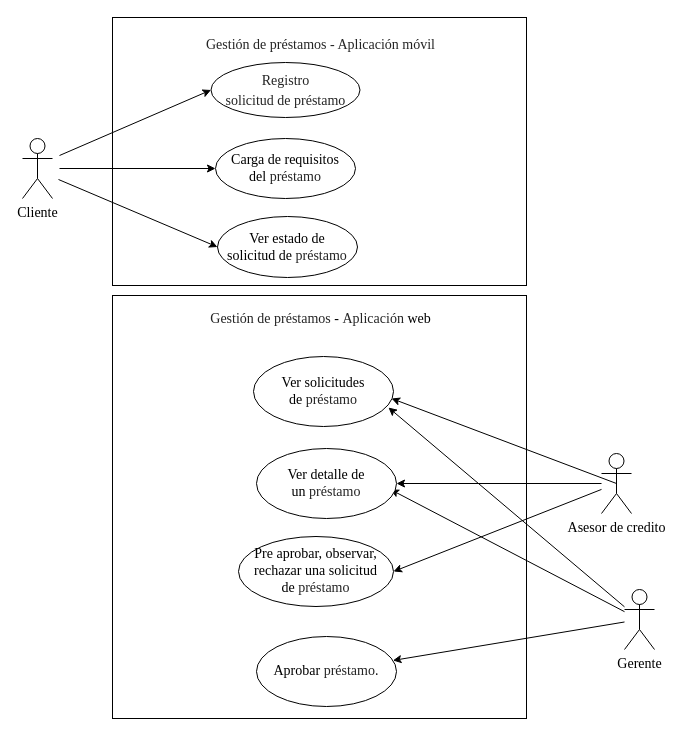
This is docs/use cases/loan-management.drawio from alexrv11/credicuotas, a draw.io file, before an edit. Source tidied: cells renumbered, new cells numbered last; positions are measured from the earlier drawing's top-left corner, leaving out a move shared by most shapes. Both pictures are drawn from the tidied source at 100%, with x=0, y=0 at pixel (22, 17).
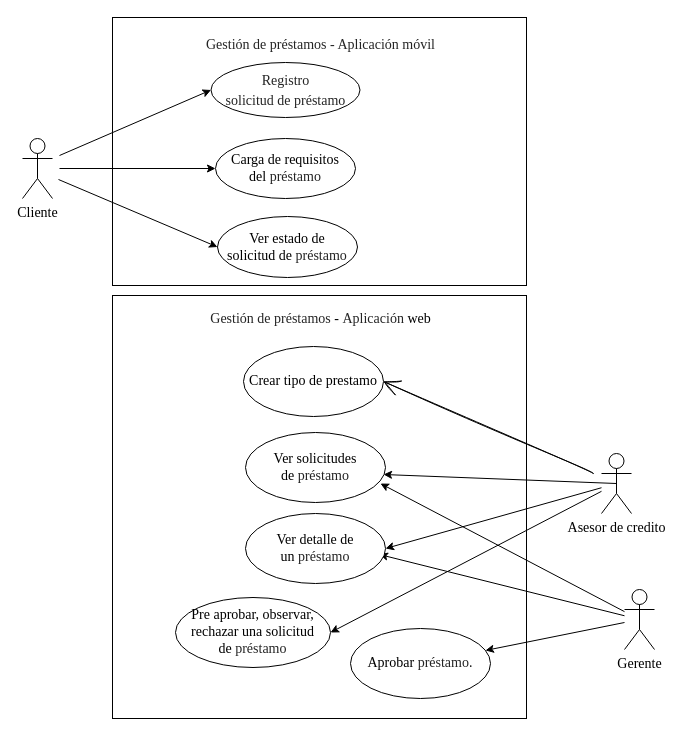
Above is the later version.

Unchanged cells that the change refers to:
```xml
<mxCell id="18" value="Asesor de credito" style="shape=umlActor;verticalLabelPosition=bottom;verticalAlign=top;html=1;fontFamily=Times New Roman;fontSize=14;" parent="1" vertex="1">
  <mxGeometry x="579" y="436" width="30" height="60" as="geometry" />
</mxCell>
```

Diff of the diagram source:
```diff
@@
+    <mxCell id="25" style="edgeStyle=none;curved=1;rounded=0;sketch=1;hachureGap=4;jettySize=auto;html=1;entryX=1;entryY=0.5;entryDx=0;entryDy=0;fontFamily=Architects Daughter;fontSize=16;endArrow=open;startSize=14;endSize=14;sourcePerimeterSpacing=8;targetPerimeterSpacing=8;" parent="1" edge="1" source="18" target="26">
+      <mxGeometry relative="1" as="geometry" />
+    </mxCell>
@@
     <mxCell id="20" value="Ver&amp;nbsp;solicitudes de&amp;nbsp;&lt;span id=&quot;docs-internal-guid-4277a991-7fff-0445-0bc8-72ea54e618ed&quot;&gt;&lt;span style=&quot;font-size: 10.5pt ; color: rgb(36 , 36 , 36) ; vertical-align: baseline&quot;&gt;préstamo&lt;/span&gt;&lt;/span&gt;" style="ellipse;whiteSpace=wrap;html=1;fontFamily=Times New Roman;fontSize=14;" parent="1" vertex="1">
-      <mxGeometry x="231" y="339" width="140" height="70" as="geometry" />
+      <mxGeometry x="223" y="415" width="140" height="70" as="geometry" />
     </mxCell>
     <mxCell id="21" value="Ver&amp;nbsp;detalle de &lt;br style=&quot;font-size: 14px&quot;&gt;un&amp;nbsp;&lt;span id=&quot;docs-internal-guid-4277a991-7fff-0445-0bc8-72ea54e618ed&quot;&gt;&lt;span style=&quot;font-size: 10.5pt ; color: rgb(36 , 36 , 36) ; vertical-align: baseline&quot;&gt;préstamo&lt;/span&gt;&lt;/span&gt;" style="ellipse;whiteSpace=wrap;html=1;fontFamily=Times New Roman;fontSize=14;" parent="1" vertex="1">
-      <mxGeometry x="234" y="431" width="140" height="70" as="geometry" />
+      <mxGeometry x="223" y="496" width="140" height="70" as="geometry" />
     </mxCell>
     <mxCell id="22" value="Pre aprobar, observar, rechazar una solicitud de&amp;nbsp;&lt;span id=&quot;docs-internal-guid-13a2acdc-7fff-6667-3e23-460df5b7adc0&quot;&gt;&lt;span style=&quot;font-size: 10.5pt ; color: rgb(36 , 36 , 36) ; vertical-align: baseline&quot;&gt;préstamo&lt;/span&gt;&lt;/span&gt;" style="ellipse;whiteSpace=wrap;html=1;fontFamily=Times New Roman;fontSize=14;" parent="1" vertex="1">
-      <mxGeometry x="216" y="519" width="155" height="70" as="geometry" />
+      <mxGeometry x="153" y="580" width="155" height="70" as="geometry" />
     </mxCell>
     <mxCell id="23" value="Aprobar&amp;nbsp;&lt;span id=&quot;docs-internal-guid-bbaecb51-7fff-a92b-1c6b-005b61468eef&quot;&gt;&lt;span style=&quot;font-size: 10.5pt ; color: rgb(36 , 36 , 36) ; vertical-align: baseline&quot;&gt;préstamo&lt;/span&gt;&lt;/span&gt;." style="ellipse;whiteSpace=wrap;html=1;fontFamily=Times New Roman;fontSize=14;" parent="1" vertex="1">
-      <mxGeometry x="234" y="619" width="140" height="70" as="geometry" />
+      <mxGeometry x="328" y="611" width="140" height="70" as="geometry" />
     </mxCell>
@@
+    <mxCell id="26" value="Crear tipo de prestamo" style="ellipse;whiteSpace=wrap;html=1;fontFamily=Times New Roman;fontSize=14;" parent="1" vertex="1">
+      <mxGeometry x="221" y="329" width="140" height="70" as="geometry" />
+    </mxCell>
```
